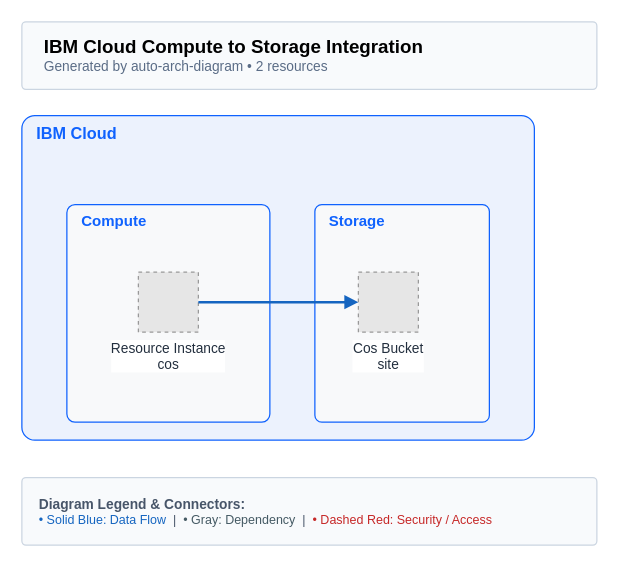
suryakumaran2611/auto-arch-diagram keeps this draw.io diagram as examples/serverless-website/ibm/terraform/architecture-diagram-ai.drawio. Above is the earlier version. Source tidied: cells renumbered, new cells numbered last; positions are measured from the earlier drawing's top-left corner, leaving out a move shared by most shapes. Both pictures are drawn from the tidied source at 125%, with x=0, y=0 at pixel (21, 21). Pictures stored in the file or linked from it are replaced by grey dashed boxes.
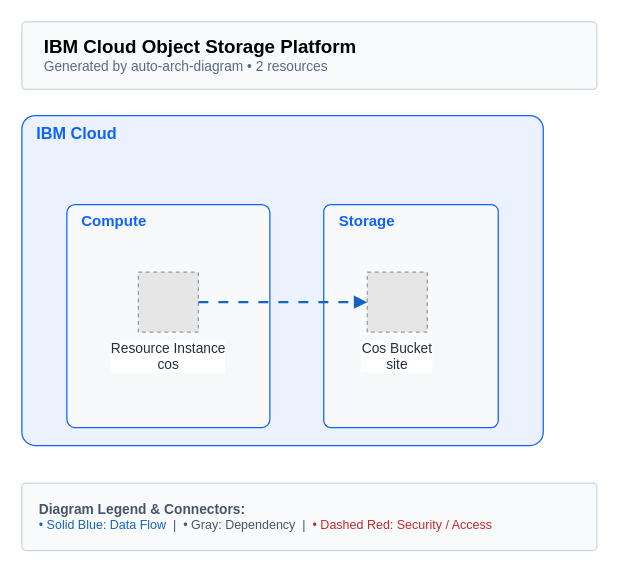
The same diagram, later.

The edit, as a diff of the source:
```diff
@@
 <mxGraphModel background="#FFFFFF">
   <root>
     <mxCell id="0" />
     <mxCell id="1" parent="0" />
-    <mxCell id="2" value="&lt;b style='font-size:15px;'&gt;IBM Cloud Compute to Storage Integration&lt;/b&gt;&lt;br/&gt;&lt;span style='font-size:11px;color:#5A6C86;'&gt;Generated by auto-arch-diagram &amp;bull; 2 resources&lt;/span&gt;" style="rounded=1;whiteSpace=wrap;html=1;arcSize=6;fillColor=#F8FAFC;strokeColor=#CBD5E1;strokeWidth=1;align=left;spacingLeft=16;verticalAlign=middle;" parent="1" vertex="1">
+    <mxCell id="2" value="&lt;b style='font-size:15px;'&gt;IBM Cloud Object Storage Platform&lt;/b&gt;&lt;br/&gt;&lt;span style='font-size:11px;color:#5A6C86;'&gt;Generated by auto-arch-diagram &amp;bull; 2 resources&lt;/span&gt;" style="rounded=1;whiteSpace=wrap;html=1;arcSize=6;fillColor=#F8FAFC;strokeColor=#CBD5E1;strokeWidth=1;align=left;spacingLeft=16;verticalAlign=middle;" parent="1" vertex="1">
       <mxGeometry width="460" height="54" as="geometry" />
     </mxCell>
     <mxCell id="3" value="IBM Cloud" style="rounded=1;whiteSpace=wrap;html=1;arcSize=4;verticalAlign=top;align=left;spacingLeft=10;fontSize=12;fontStyle=1;fontSize=13;fillColor=#ECF2FD;strokeColor=#0F62FE;fontColor=#0F62FE;" parent="1" vertex="1">
-      <mxGeometry y="75" width="410" height="259.6" as="geometry" />
+      <mxGeometry y="75" width="417.1" height="263.9" as="geometry" />
     </mxCell>
     <mxCell id="4" value="Compute" style="rounded=1;whiteSpace=wrap;html=1;arcSize=4;verticalAlign=top;align=left;spacingLeft=10;fontSize=12;fontStyle=1;fillColor=#F8F9FA;strokeColor=#0F62FE;fontColor=#0F62FE;" parent="3" vertex="1">
-      <mxGeometry x="36" y="71.2" width="162.4" height="174" as="geometry" />
+      <mxGeometry x="36" y="71.2" width="162.4" height="178.3" as="geometry" />
     </mxCell>
     <mxCell id="5" value="Resource Instance&#10;cos" style="fillColor=#E6E6E6;strokeColor=#999999;dashed=1;html=1;verticalLabelPosition=bottom;verticalAlign=top;fontSize=11;fontColor=#232F3E;labelBackgroundColor=#FFFFFF;" parent="4" vertex="1">
       <mxGeometry x="57.2" y="54" width="48" height="48" as="geometry" />
     </mxCell>
     <mxCell id="6" value="Storage" style="rounded=1;whiteSpace=wrap;html=1;arcSize=4;verticalAlign=top;align=left;spacingLeft=10;fontSize=12;fontStyle=1;fillColor=#F8F9FA;strokeColor=#0F62FE;fontColor=#0F62FE;" parent="3" vertex="1">
-      <mxGeometry x="234.4" y="71.2" width="139.6" height="174" as="geometry" />
+      <mxGeometry x="241.5" y="71.2" width="139.6" height="178.3" as="geometry" />
     </mxCell>
     <mxCell id="7" value="Cos Bucket&#10;site" style="fillColor=#E6E6E6;strokeColor=#999999;dashed=1;html=1;verticalLabelPosition=bottom;verticalAlign=top;fontSize=11;fontColor=#232F3E;labelBackgroundColor=#FFFFFF;" parent="6" vertex="1">
       <mxGeometry x="34.8" y="54" width="48" height="48" as="geometry" />
     </mxCell>
     <mxCell id="8" value="&lt;b style='font-size:11px;'&gt;Diagram Legend &amp;amp; Connectors:&lt;/b&gt;&lt;br/&gt;&lt;span style='color:#1565C0;'&gt;&amp;bull; Solid Blue: Data Flow&lt;/span&gt; &amp;nbsp;|&amp;nbsp; &lt;span style='color:#455A64;'&gt;&amp;bull; Gray: Dependency&lt;/span&gt; &amp;nbsp;|&amp;nbsp; &lt;span style='color:#C62828;'&gt;&amp;bull; Dashed Red: Security / Access&lt;/span&gt;" style="rounded=1;whiteSpace=wrap;html=1;arcSize=6;fillColor=#F8FAFC;strokeColor=#CBD5E1;strokeWidth=1;fontSize=10;fontColor=#475569;align=left;spacingLeft=12;spacingRight=12;verticalAlign=middle;" parent="1" vertex="1">
-      <mxGeometry y="364.6" width="460" height="54" as="geometry" />
+      <mxGeometry y="368.9" width="460" height="54" as="geometry" />
     </mxCell>
-    <mxCell id="9" style="edgeStyle=orthogonalEdgeStyle;rounded=1;arcSize=8;html=1;jettySize=auto;strokeColor=#1565C0;strokeWidth=2.0;endArrow=block;endFill=1;exitX=1;exitY=0.5;exitDx=0;exitDy=0;entryX=0;entryY=0.5;entryDx=0;entryDy=0;" parent="1" edge="1" source="5" target="7">
+    <mxCell id="9" style="edgeStyle=orthogonalEdgeStyle;rounded=1;arcSize=10;html=1;jettySize=14;curved=0;dashed=1;dashPattern=8 8;fixDash=1;flowAnimation=1;strokeColor=#1565C0;strokeWidth=1.8;endArrow=block;endFill=1;endArrowSize=5;exitX=1;exitY=0.5;exitDx=0;exitDy=0;entryX=0;entryY=0.5;entryDx=0;entryDy=0;" parent="1" edge="1" source="5" target="7">
       <mxGeometry relative="1" as="geometry" />
     </mxCell>
   </root>
 </mxGraphModel>
```
